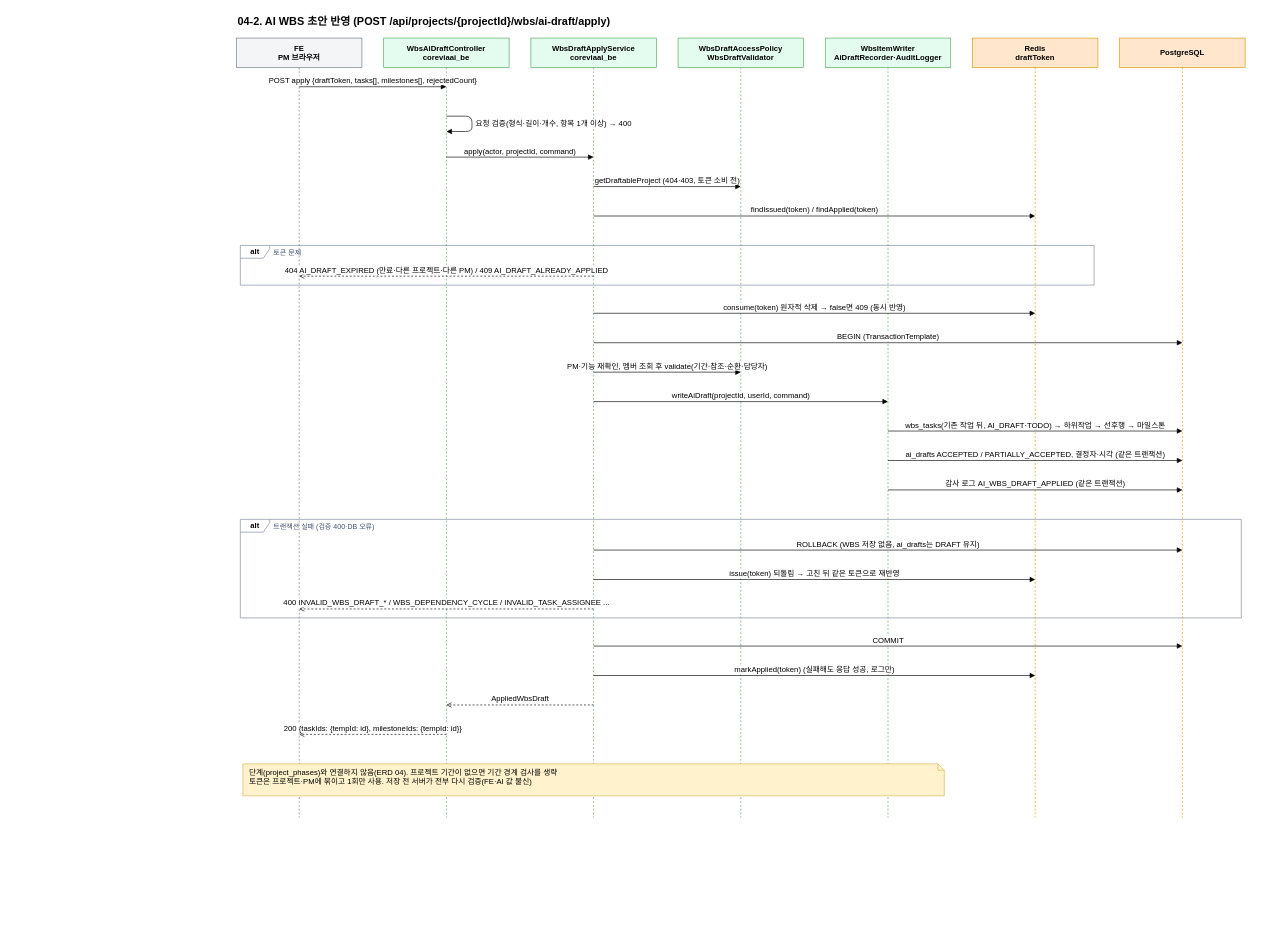
This is docs/sequence/04-2-wbs-ai-draft-apply.drawio from WonikQnCKDT/CoreviaAI_BE, a draw.io file, before an edit. Source tidied: cells renumbered, new cells numbered last; positions are measured from the earlier drawing's top-left corner, leaving out a move shared by most shapes. Both pictures are drawn from the tidied source at 64%, with x=0, y=0 at pixel (236, 11).
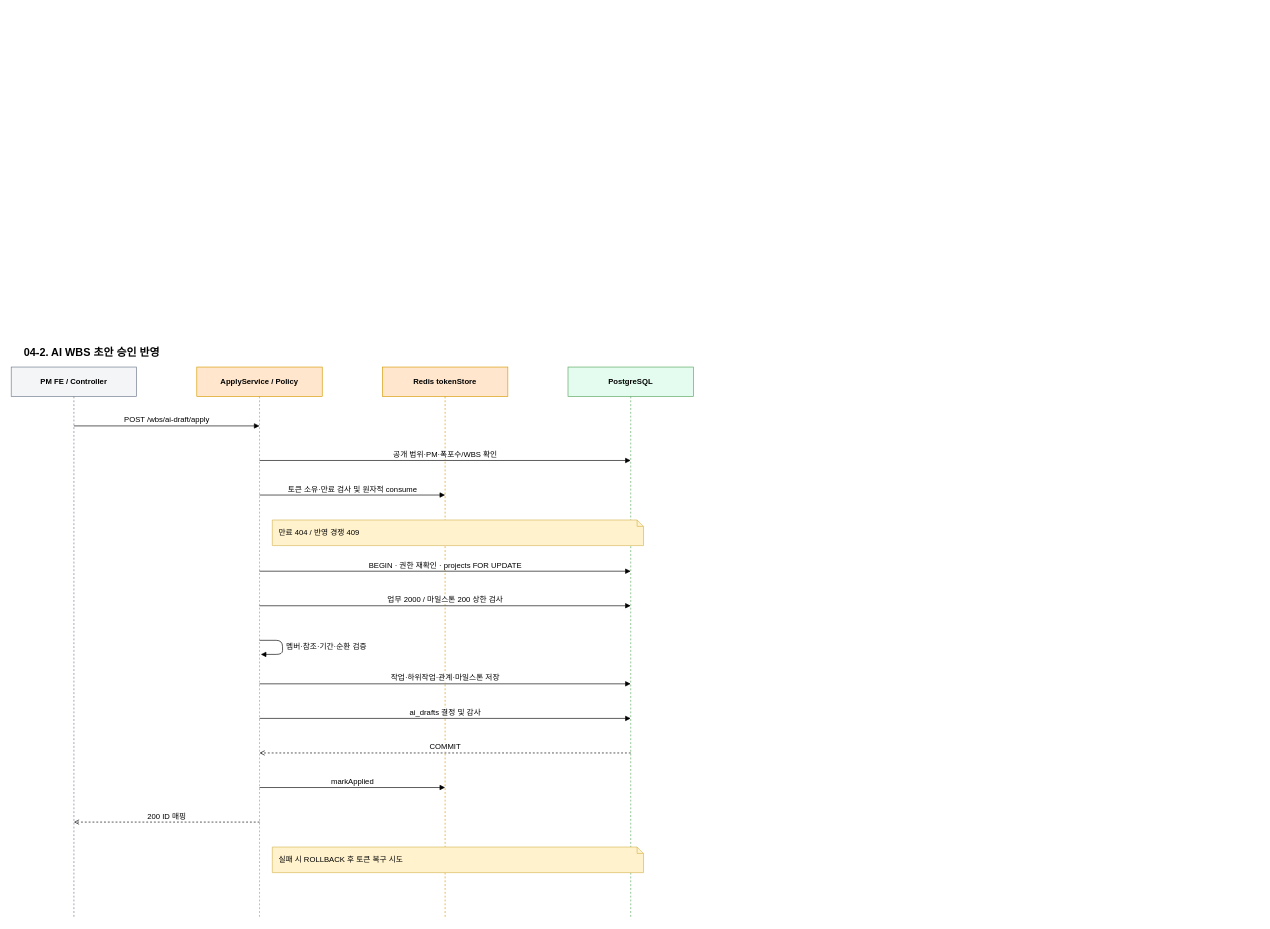
The same diagram, later.

Diff of the diagram source:
```diff
@@
-    <mxCell id="2" value="04-2. AI WBS 초안 반영 (POST /api/projects/{projectId}/wbs/ai-draft/apply)" style="text;html=1;fontSize=17;fontStyle=1;align=left;" parent="1" vertex="1">
-      <mxGeometry width="1598" height="30" as="geometry" />
-    </mxCell>
+    <mxCell id="23" value="PM FE / Controller" style="shape=umlLifeline;perimeter=lifelinePerimeter;whiteSpace=wrap;html=1;size=46;fillColor=#F4F5F7;strokeColor=#6B778C;fontStyle=1;" parent="1" vertex="1">
+      <mxGeometry x="-352" y="556" width="196" height="860" as="geometry" />
+    </mxCell>
+    <mxCell id="24" value="ApplyService / Policy" style="shape=umlLifeline;perimeter=lifelinePerimeter;whiteSpace=wrap;html=1;size=46;fillColor=#FFE6CC;strokeColor=#D79B00;fontStyle=1;" parent="1" vertex="1">
+      <mxGeometry x="-62" y="556" width="196" height="860" as="geometry" />
+    </mxCell>
+    <mxCell id="25" value="Redis tokenStore" style="shape=umlLifeline;perimeter=lifelinePerimeter;whiteSpace=wrap;html=1;size=46;fillColor=#FFE6CC;strokeColor=#D79B00;fontStyle=1;" parent="1" vertex="1">
+      <mxGeometry x="228" y="556" width="196" height="860" as="geometry" />
+    </mxCell>
+    <mxCell id="26" value="PostgreSQL" style="shape=umlLifeline;perimeter=lifelinePerimeter;whiteSpace=wrap;html=1;size=46;fillColor=#E3FCEF;strokeColor=#57A55A;fontStyle=1;" parent="1" vertex="1">
+      <mxGeometry x="518" y="556" width="196" height="860" as="geometry" />
+    </mxCell>
-    <mxCell id="3" value="alt" style="shape=umlFrame;whiteSpace=wrap;html=1;width=46;height=20;fillColor=none;strokeColor=#7A869A;fontStyle=1;" parent="1" vertex="1">
-      <mxGeometry x="6" y="366" width="1334" height="62" as="geometry" />
+    <mxCell id="3" value="POST /wbs/ai-draft/apply" style="endArrow=block;endFill=1;html=1;verticalAlign=bottom;fontSize=12;" parent="1" edge="1">
+      <mxGeometry relative="1" as="geometry">
+        <mxPoint x="-254" y="648" as="sourcePoint" />
+        <mxPoint x="36" y="648" as="targetPoint" />
+      </mxGeometry>
     </mxCell>
-    <mxCell id="4" value="토큰 문제" style="text;html=1;align=left;verticalAlign=middle;fontColor=#42526E;fontSize=11;" parent="1" vertex="1">
-      <mxGeometry x="56" y="367" width="1280" height="20" as="geometry" />
+    <mxCell id="4" value="공개 범위·PM·폭포수/WBS 확인" style="endArrow=block;endFill=1;html=1;verticalAlign=bottom;fontSize=12;" parent="1" edge="1">
+      <mxGeometry relative="1" as="geometry">
+        <mxPoint x="36" y="702" as="sourcePoint" />
+        <mxPoint x="616" y="702" as="targetPoint" />
+      </mxGeometry>
     </mxCell>
-    <mxCell id="5" value="alt" style="shape=umlFrame;whiteSpace=wrap;html=1;width=46;height=20;fillColor=none;strokeColor=#7A869A;fontStyle=1;" parent="1" vertex="1">
-      <mxGeometry x="6" y="794" width="1564" height="154" as="geometry" />
+    <mxCell id="5" value="토큰 소유·만료 검사 및 원자적 consume" style="endArrow=block;endFill=1;html=1;verticalAlign=bottom;fontSize=12;" parent="1" edge="1">
+      <mxGeometry relative="1" as="geometry">
+        <mxPoint x="36" y="756" as="sourcePoint" />
+        <mxPoint x="326" y="756" as="targetPoint" />
+      </mxGeometry>
     </mxCell>
-    <mxCell id="6" value="트랜잭션 실패 (검증 400·DB 오류)" style="text;html=1;align=left;verticalAlign=middle;fontColor=#42526E;fontSize=11;" parent="1" vertex="1">
-      <mxGeometry x="56" y="795" width="1510" height="20" as="geometry" />
+    <mxCell id="6" value="만료 404 / 반영 경쟁 409" style="shape=note;size=10;whiteSpace=wrap;html=1;fillColor=#FFF2CC;strokeColor=#D6B656;align=left;spacingLeft=8;verticalAlign=middle;fontSize=12;" parent="1" vertex="1">
+      <mxGeometry x="56" y="795" width="580" height="40" as="geometry" />
     </mxCell>
-    <mxCell id="7" value="FE&lt;br&gt;PM 브라우저" style="shape=umlLifeline;perimeter=lifelinePerimeter;whiteSpace=wrap;html=1;size=46;fillColor=#F4F5F7;strokeColor=#6B778C;fontStyle=1;" parent="1" vertex="1">
-      <mxGeometry y="42" width="196" height="1218" as="geometry" />
-    </mxCell>
-    <mxCell id="8" value="WbsAiDraftController&lt;br&gt;coreviaai_be" style="shape=umlLifeline;perimeter=lifelinePerimeter;whiteSpace=wrap;html=1;size=46;fillColor=#E3FCEF;strokeColor=#57A55A;fontStyle=1;" parent="1" vertex="1">
-      <mxGeometry x="230" y="42" width="196" height="1218" as="geometry" />
-    </mxCell>
-    <mxCell id="9" value="WbsDraftApplyService&lt;br&gt;coreviaai_be" style="shape=umlLifeline;perimeter=lifelinePerimeter;whiteSpace=wrap;html=1;size=46;fillColor=#E3FCEF;strokeColor=#57A55A;fontStyle=1;" parent="1" vertex="1">
-      <mxGeometry x="460" y="42" width="196" height="1218" as="geometry" />
-    </mxCell>
-    <mxCell id="10" value="WbsDraftAccessPolicy&lt;br&gt;WbsDraftValidator" style="shape=umlLifeline;perimeter=lifelinePerimeter;whiteSpace=wrap;html=1;size=46;fillColor=#E3FCEF;strokeColor=#57A55A;fontStyle=1;" parent="1" vertex="1">
-      <mxGeometry x="690" y="42" width="196" height="1218" as="geometry" />
-    </mxCell>
-    <mxCell id="11" value="WbsItemWriter&lt;br&gt;AiDraftRecorder·AuditLogger" style="shape=umlLifeline;perimeter=lifelinePerimeter;whiteSpace=wrap;html=1;size=46;fillColor=#E3FCEF;strokeColor=#57A55A;fontStyle=1;" parent="1" vertex="1">
-      <mxGeometry x="920" y="42" width="196" height="1218" as="geometry" />
-    </mxCell>
-    <mxCell id="12" value="Redis&lt;br&gt;draftToken" style="shape=umlLifeline;perimeter=lifelinePerimeter;whiteSpace=wrap;html=1;size=46;fillColor=#FFE6CC;strokeColor=#D79B00;fontStyle=1;" parent="1" vertex="1">
-      <mxGeometry x="1150" y="42" width="196" height="1218" as="geometry" />
-    </mxCell>
-    <mxCell id="13" value="PostgreSQL" style="shape=umlLifeline;perimeter=lifelinePerimeter;whiteSpace=wrap;html=1;size=46;fillColor=#FFE6CC;strokeColor=#D79B00;fontStyle=1;" parent="1" vertex="1">
-      <mxGeometry x="1380" y="42" width="196" height="1218" as="geometry" />
-    </mxCell>
-    <mxCell id="14" value="POST apply {draftToken, tasks[], milestones[], rejectedCount}" style="endArrow=block;endFill=1;html=1;verticalAlign=bottom;fontSize=12;" parent="1" edge="1">
+    <mxCell id="14" value="BEGIN · 권한 재확인 · projects FOR UPDATE" style="endArrow=block;endFill=1;html=1;verticalAlign=bottom;fontSize=12;" parent="1" edge="1">
       <mxGeometry relative="1" as="geometry">
-        <mxPoint x="98" y="118" as="sourcePoint" />
-        <mxPoint x="328" y="118" as="targetPoint" />
+        <mxPoint x="36" y="875" as="sourcePoint" />
+        <mxPoint x="616" y="875" as="targetPoint" />
       </mxGeometry>
     </mxCell>
-    <mxCell id="15" value="요청 검증(형식·길이·개수, 항목 1개 이상) → 400" style="endArrow=block;endFill=1;html=1;align=left;spacingLeft=4;fontSize=12;edgeStyle=none;" parent="1" edge="1">
+    <mxCell id="15" value="업무 2000 / 마일스톤 200 상한 검사" style="endArrow=block;endFill=1;html=1;verticalAlign=bottom;fontSize=12;" parent="1" edge="1">
       <mxGeometry relative="1" as="geometry">
-        <mxPoint x="328" y="164" as="sourcePoint" />
-        <mxPoint x="328" y="188" as="targetPoint" />
-        <Array as="points">
-          <mxPoint x="368" y="164" />
-          <mxPoint x="368" y="188" />
-        </Array>
+        <mxPoint x="36" y="929" as="sourcePoint" />
+        <mxPoint x="616" y="929" as="targetPoint" />
       </mxGeometry>
     </mxCell>
-    <mxCell id="16" value="apply(actor, projectId, command)" style="endArrow=block;endFill=1;html=1;verticalAlign=bottom;fontSize=12;" parent="1" edge="1">
+    <mxCell id="16" value="멤버·참조·기간·순환 검증" style="endArrow=block;endFill=1;html=1;align=left;spacingLeft=4;fontSize=12;edgeStyle=none;" parent="1" edge="1">
       <mxGeometry relative="1" as="geometry">
-        <mxPoint x="328" y="228" as="sourcePoint" />
-        <mxPoint x="558" y="228" as="targetPoint" />
+        <mxPoint x="36" y="983" as="sourcePoint" />
+        <mxPoint x="38" y="1005" as="targetPoint" />
+        <Array as="points">
+          <mxPoint x="72" y="983" />
+          <mxPoint x="72" y="1005" />
+        </Array>
       </mxGeometry>
     </mxCell>
-    <mxCell id="17" value="getDraftableProject (404·403, 토큰 소비 전)" style="endArrow=block;endFill=1;html=1;verticalAlign=bottom;fontSize=12;" parent="1" edge="1">
+    <mxCell id="17" value="작업·하위작업·관계·마일스톤 저장" style="endArrow=block;endFill=1;html=1;verticalAlign=bottom;fontSize=12;" parent="1" edge="1">
       <mxGeometry relative="1" as="geometry">
-        <mxPoint x="558" y="274" as="sourcePoint" />
-        <mxPoint x="788" y="274" as="targetPoint" />
+        <mxPoint x="36" y="1051" as="sourcePoint" />
+        <mxPoint x="616" y="1051" as="targetPoint" />
       </mxGeometry>
     </mxCell>
-    <mxCell id="18" value="findIssued(token) / findApplied(token)" style="endArrow=block;endFill=1;html=1;verticalAlign=bottom;fontSize=12;" parent="1" edge="1">
+    <mxCell id="18" value="ai_drafts 결정 및 감사" style="endArrow=block;endFill=1;html=1;verticalAlign=bottom;fontSize=12;" parent="1" edge="1">
       <mxGeometry relative="1" as="geometry">
-        <mxPoint x="558" y="320" as="sourcePoint" />
-        <mxPoint x="1248" y="320" as="targetPoint" />
+        <mxPoint x="36" y="1105" as="sourcePoint" />
+        <mxPoint x="616" y="1105" as="targetPoint" />
       </mxGeometry>
     </mxCell>
-    <mxCell id="19" value="404 AI_DRAFT_EXPIRED (만료·다른 프로젝트·다른 PM) / 409 AI_DRAFT_ALREADY_APPLIED" style="dashed=1;endArrow=open;endFill=0;html=1;verticalAlign=bottom;fontSize=12;" parent="1" edge="1">
+    <mxCell id="19" value="COMMIT" style="dashed=1;endArrow=open;endFill=0;html=1;verticalAlign=bottom;fontSize=12;" parent="1" edge="1">
       <mxGeometry relative="1" as="geometry">
-        <mxPoint x="558" y="414" as="sourcePoint" />
-        <mxPoint x="98" y="414" as="targetPoint" />
+        <mxPoint x="616" y="1159" as="sourcePoint" />
+        <mxPoint x="36" y="1159" as="targetPoint" />
       </mxGeometry>
     </mxCell>
-    <mxCell id="20" value="consume(token) 원자적 삭제 → false면 409 (동시 반영)" style="endArrow=block;endFill=1;html=1;verticalAlign=bottom;fontSize=12;" parent="1" edge="1">
+    <mxCell id="20" value="markApplied" style="endArrow=block;endFill=1;html=1;verticalAlign=bottom;fontSize=12;" parent="1" edge="1">
       <mxGeometry relative="1" as="geometry">
-        <mxPoint x="558" y="472" as="sourcePoint" />
-        <mxPoint x="1248" y="472" as="targetPoint" />
+        <mxPoint x="36" y="1213" as="sourcePoint" />
+        <mxPoint x="326" y="1213" as="targetPoint" />
       </mxGeometry>
     </mxCell>
-    <mxCell id="21" value="BEGIN (TransactionTemplate)" style="endArrow=block;endFill=1;html=1;verticalAlign=bottom;fontSize=12;" parent="1" edge="1">
+    <mxCell id="21" value="200 ID 매핑" style="dashed=1;endArrow=open;endFill=0;html=1;verticalAlign=bottom;fontSize=12;" parent="1" edge="1">
       <mxGeometry relative="1" as="geometry">
-        <mxPoint x="558" y="518" as="sourcePoint" />
-        <mxPoint x="1478" y="518" as="targetPoint" />
+        <mxPoint x="36" y="1267" as="sourcePoint" />
+        <mxPoint x="-254" y="1267" as="targetPoint" />
       </mxGeometry>
     </mxCell>
-    <mxCell id="22" value="PM·기능 재확인, 멤버 조회 후 validate(기간·참조·순환·담당자)" style="endArrow=block;endFill=1;html=1;verticalAlign=bottom;fontSize=12;" parent="1" edge="1">
-      <mxGeometry relative="1" as="geometry">
-        <mxPoint x="558" y="564" as="sourcePoint" />
-        <mxPoint x="788" y="564" as="targetPoint" />
-      </mxGeometry>
+    <mxCell id="22" value="실패 시 ROLLBACK 후 토큰 복구 시도" style="shape=note;size=10;whiteSpace=wrap;html=1;fillColor=#FFF2CC;strokeColor=#D6B656;align=left;spacingLeft=8;verticalAlign=middle;fontSize=12;" parent="1" vertex="1">
+      <mxGeometry x="56" y="1306" width="580" height="40" as="geometry" />
     </mxCell>
-    <mxCell id="23" value="writeAiDraft(projectId, userId, command)" style="endArrow=block;endFill=1;html=1;verticalAlign=bottom;fontSize=12;" parent="1" edge="1">
-      <mxGeometry relative="1" as="geometry">
-        <mxPoint x="558" y="610" as="sourcePoint" />
-        <mxPoint x="1018" y="610" as="targetPoint" />
-      </mxGeometry>
-    </mxCell>
-    <mxCell id="24" value="wbs_tasks(기존 작업 뒤, AI_DRAFT·TODO) → 하위작업 → 선후행 → 마일스톤" style="endArrow=block;endFill=1;html=1;verticalAlign=bottom;fontSize=12;" parent="1" edge="1">
-      <mxGeometry relative="1" as="geometry">
-        <mxPoint x="1018" y="656" as="sourcePoint" />
-        <mxPoint x="1478" y="656" as="targetPoint" />
-      </mxGeometry>
-    </mxCell>
-    <mxCell id="25" value="ai_drafts ACCEPTED / PARTIALLY_ACCEPTED, 결정자·시각 (같은 트랜잭션)" style="endArrow=block;endFill=1;html=1;verticalAlign=bottom;fontSize=12;" parent="1" edge="1">
-      <mxGeometry relative="1" as="geometry">
-        <mxPoint x="1018" y="702" as="sourcePoint" />
-        <mxPoint x="1478" y="702" as="targetPoint" />
-      </mxGeometry>
-    </mxCell>
-    <mxCell id="26" value="감사 로그 AI_WBS_DRAFT_APPLIED (같은 트랜잭션)" style="endArrow=block;endFill=1;html=1;verticalAlign=bottom;fontSize=12;" parent="1" edge="1">
-      <mxGeometry relative="1" as="geometry">
-        <mxPoint x="1018" y="748" as="sourcePoint" />
-        <mxPoint x="1478" y="748" as="targetPoint" />
-      </mxGeometry>
-    </mxCell>
-    <mxCell id="27" value="ROLLBACK (WBS 저장 없음, ai_drafts는 DRAFT 유지)" style="endArrow=block;endFill=1;html=1;verticalAlign=bottom;fontSize=12;" parent="1" edge="1">
-      <mxGeometry relative="1" as="geometry">
-        <mxPoint x="558" y="842" as="sourcePoint" />
-        <mxPoint x="1478" y="842" as="targetPoint" />
-      </mxGeometry>
+    <mxCell id="27" value="04-2. AI WBS 초안 승인 반영" style="text;html=1;fontSize=17;fontStyle=1;align=left;" parent="1" vertex="1">
+      <mxGeometry x="-334" y="518" width="1100" height="26" as="geometry" />
     </mxCell>
-    <mxCell id="28" value="issue(token) 되돌림 → 고친 뒤 같은 토큰으로 재반영" style="endArrow=block;endFill=1;html=1;verticalAlign=bottom;fontSize=12;" parent="1" edge="1">
-      <mxGeometry relative="1" as="geometry">
-        <mxPoint x="558" y="888" as="sourcePoint" />
-        <mxPoint x="1248" y="888" as="targetPoint" />
-      </mxGeometry>
-    </mxCell>
-    <mxCell id="29" value="400 INVALID_WBS_DRAFT_* / WBS_DEPENDENCY_CYCLE / INVALID_TASK_ASSIGNEE ..." style="dashed=1;endArrow=open;endFill=0;html=1;verticalAlign=bottom;fontSize=12;" parent="1" edge="1">
-      <mxGeometry relative="1" as="geometry">
-        <mxPoint x="558" y="934" as="sourcePoint" />
-        <mxPoint x="98" y="934" as="targetPoint" />
-      </mxGeometry>
-    </mxCell>
-    <mxCell id="30" value="COMMIT" style="endArrow=block;endFill=1;html=1;verticalAlign=bottom;fontSize=12;" parent="1" edge="1">
-      <mxGeometry relative="1" as="geometry">
-        <mxPoint x="558" y="992" as="sourcePoint" />
-        <mxPoint x="1478" y="992" as="targetPoint" />
-      </mxGeometry>
-    </mxCell>
-    <mxCell id="31" value="markApplied(token) (실패해도 응답 성공, 로그만)" style="endArrow=block;endFill=1;html=1;verticalAlign=bottom;fontSize=12;" parent="1" edge="1">
-      <mxGeometry relative="1" as="geometry">
-        <mxPoint x="558" y="1038" as="sourcePoint" />
-        <mxPoint x="1248" y="1038" as="targetPoint" />
-      </mxGeometry>
-    </mxCell>
-    <mxCell id="32" value="AppliedWbsDraft" style="dashed=1;endArrow=open;endFill=0;html=1;verticalAlign=bottom;fontSize=12;" parent="1" edge="1">
-      <mxGeometry relative="1" as="geometry">
-        <mxPoint x="558" y="1084" as="sourcePoint" />
-        <mxPoint x="328" y="1084" as="targetPoint" />
-      </mxGeometry>
-    </mxCell>
-    <mxCell id="33" value="200 {taskIds: {tempId: id}, milestoneIds: {tempId: id}}" style="dashed=1;endArrow=open;endFill=0;html=1;verticalAlign=bottom;fontSize=12;" parent="1" edge="1">
-      <mxGeometry relative="1" as="geometry">
-        <mxPoint x="328" y="1130" as="sourcePoint" />
-        <mxPoint x="98" y="1130" as="targetPoint" />
-      </mxGeometry>
-    </mxCell>
-    <mxCell id="34" value="단계(project_phases)와 연결하지 않음(ERD 04). 프로젝트 기간이 없으면 기간 경계 검사를 생략&lt;br&gt;토큰은 프로젝트·PM에 묶이고 1회만 사용. 저장 전 서버가 전부 다시 검증(FE·AI 값 불신)" style="shape=note;size=10;whiteSpace=wrap;html=1;fillColor=#FFF2CC;strokeColor=#D6B656;align=left;spacingLeft=8;verticalAlign=top;fontSize=12;" parent="1" vertex="1">
-      <mxGeometry x="10" y="1176" width="1096" height="50" as="geometry" />
-    </mxCell>
```
